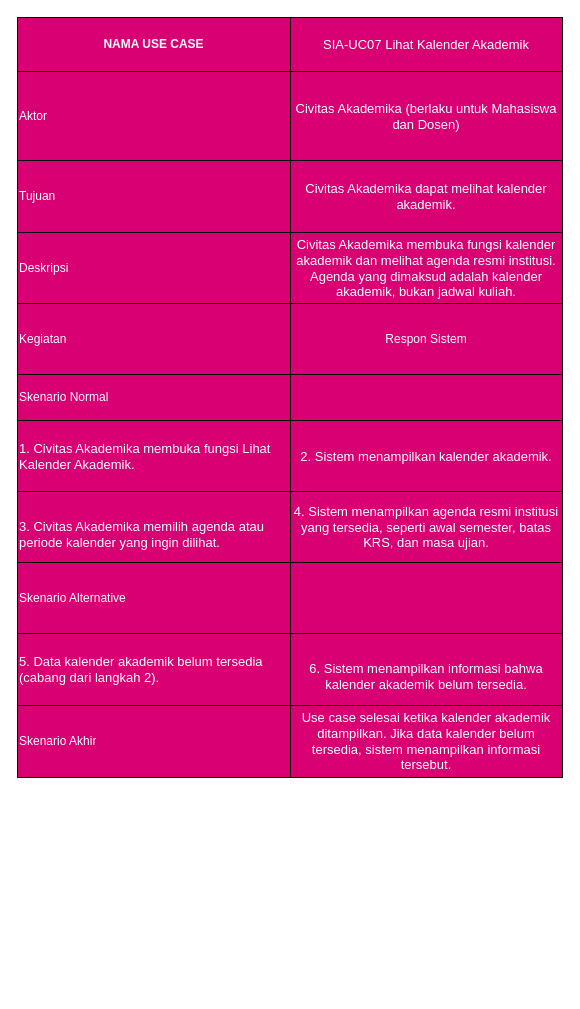
The draw.io diagram page "SIA - UC07" (2 of 8) of 04_model_analisis/P05/SIA/P05_2406006_SIA_skenario_v01.drawio in RahmatAP/IFRWP5149_2406006_LabAlat, before the edit. Source tidied: cells renumbered, new cells numbered last; positions are measured from the earlier drawing's top-left corner, leaving out a move shared by most shapes. Both pictures are drawn from the tidied source at 100%, with x=0, y=0 at pixel (17, 17).
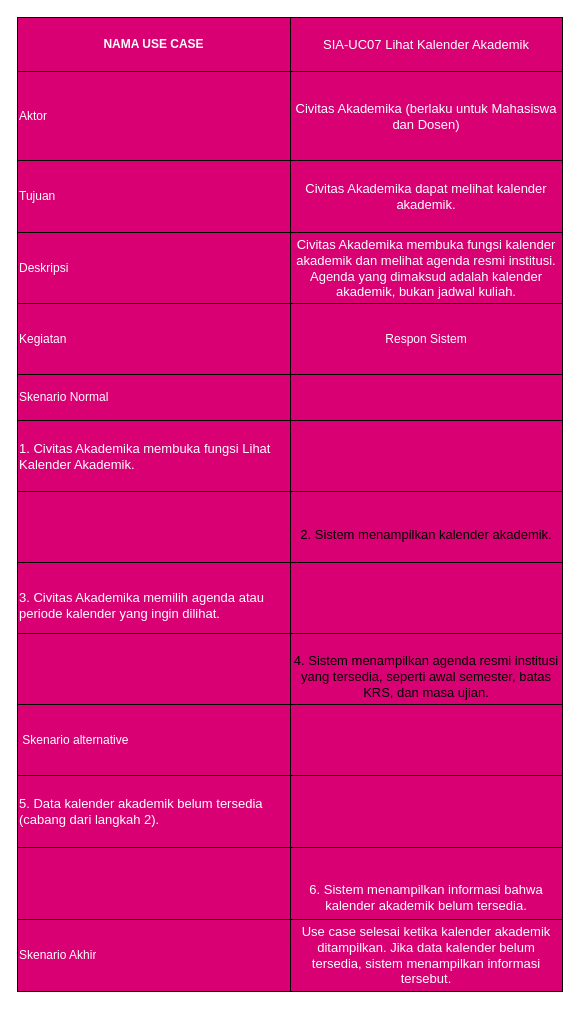
The same diagram, later.

Unchanged cells that the change refers to:
```xml
<mxCell id="21" style="shape=tableRow;horizontal=0;startSize=0;swimlaneHead=0;swimlaneBody=0;fillColor=none;fixedHeader=1;labelBorderColor=none;swimlaneFillColor=light-dark(#D80073,transparent);strokeColor=light-dark(#000000,#000000);fontColor=#ffffff;" parent="2" vertex="1">
  <mxGeometry y="403" width="545" height="71" as="geometry" />
</mxCell>
```

What changed in the source:
```diff
@@
-    <mxCell id="2" style="shape=table;startSize=0;childLayout=tableLayout;fixedHeader=1;tableRender=collapsed;labelBorderColor=none;swimlaneFillColor=light-dark(#D80073,transparent);strokeColor=light-dark(#000000,#000000);fontColor=#ffffff;" parent="1" vertex="1">
-      <mxGeometry width="545" height="759.8" as="geometry" />
+    <mxCell id="2" style="shape=table;startSize=0;childLayout=tableLayout;fixedHeader=1;tableRender=collapsed;labelBorderColor=none;swimlaneFillColor=light-dark(#D80073,transparent);strokeColor=light-dark(#000000,#000000);fontColor=light-dark(#000000,#000000);" parent="1" vertex="1">
+      <mxGeometry width="545" height="973.8" as="geometry" />
     </mxCell>
@@
-    <mxCell id="23" value="&lt;span style=&quot;color: rgb(255, 255, 255); font-family: Arial; font-size: 13px; text-align: left;&quot;&gt;2. Sistem menampilkan kalender akademik.&lt;/span&gt;" style="shape=partialRectangle;html=1;whiteSpace=wrap;overflow=hidden;labelBorderColor=none;fillColor=light-dark(#D80073,transparent);strokeColor=light-dark(#000000,#000000);fontColor=#ffffff;" parent="21" vertex="1">
+    <mxCell id="23" style="shape=partialRectangle;html=1;whiteSpace=wrap;overflow=hidden;labelBorderColor=none;fillColor=light-dark(#D80073,transparent);strokeColor=light-dark(#000000,#000000);fontColor=#ffffff;" parent="21" vertex="1">
       <mxGeometry x="273" width="272" height="71" as="geometry" />
     </mxCell>
+    <mxCell id="36" style="shape=tableRow;horizontal=0;startSize=0;swimlaneHead=0;swimlaneBody=0;fillColor=none;fixedHeader=1;labelBorderColor=none;swimlaneFillColor=light-dark(#D80073,transparent);strokeColor=light-dark(#000000,#000000);fontColor=#ffffff;" parent="2" vertex="1">
+      <mxGeometry y="474" width="545" height="71" as="geometry" />
+    </mxCell>
+    <mxCell id="37" style="shape=partialRectangle;html=1;whiteSpace=wrap;overflow=hidden;align=left;textShadow=0;labelBorderColor=none;fillColor=light-dark(#D80073,transparent);strokeColor=light-dark(#000000,#000000);fontColor=#ffffff;" parent="36" vertex="1">
+      <mxGeometry width="273" height="71" as="geometry" />
+    </mxCell>
+    <mxCell id="38" value="&lt;span&gt;&lt;br&gt;&lt;span style=&quot;font-family: Arial; font-size: 13px; font-style: normal; font-variant-ligatures: normal; font-variant-caps: normal; font-weight: 400; letter-spacing: normal; orphans: 2; text-align: left; text-indent: 0px; text-transform: none; widows: 2; word-spacing: 0px; -webkit-text-stroke-width: 0px; white-space: normal; text-decoration-thickness: initial; text-decoration-style: initial; text-decoration-color: initial; float: none; display: inline !important;&quot;&gt;2. Sistem menampilkan kalender akademik.&lt;/span&gt;&lt;br&gt;&lt;/span&gt;" style="shape=partialRectangle;html=1;whiteSpace=wrap;overflow=hidden;labelBorderColor=none;fillColor=light-dark(#D80073,transparent);strokeColor=light-dark(#000000,#000000);fontColor=light-dark(#000000,#000000);" parent="36" vertex="1">
+      <mxGeometry x="273" width="272" height="71" as="geometry" />
+    </mxCell>
     <mxCell id="24" style="shape=tableRow;horizontal=0;startSize=0;swimlaneHead=0;swimlaneBody=0;fillColor=none;fixedHeader=1;labelBorderColor=none;swimlaneFillColor=light-dark(#D80073,transparent);strokeColor=light-dark(#000000,#000000);fontColor=#ffffff;" parent="2" vertex="1">
-      <mxGeometry y="474" width="545" height="71" as="geometry" />
+      <mxGeometry y="545" width="545" height="71" as="geometry" />
     </mxCell>
@@
-    <mxCell id="26" value="&lt;span style=&quot;color: rgb(255, 255, 255); font-family: Arial; font-size: 13px; text-align: left;&quot;&gt;4. Sistem menampilkan agenda resmi institusi yang tersedia, seperti awal semester, batas KRS, dan masa ujian.&lt;/span&gt;" style="shape=partialRectangle;html=1;whiteSpace=wrap;overflow=hidden;labelBorderColor=none;fillColor=light-dark(#D80073,transparent);strokeColor=light-dark(#000000,#000000);fontColor=#ffffff;" parent="24" vertex="1">
+    <mxCell id="26" style="shape=partialRectangle;html=1;whiteSpace=wrap;overflow=hidden;labelBorderColor=none;fillColor=light-dark(#D80073,transparent);strokeColor=light-dark(#000000,#000000);fontColor=#ffffff;" parent="24" vertex="1">
       <mxGeometry x="273" width="272" height="71" as="geometry" />
     </mxCell>
     <mxCell id="27" style="shape=tableRow;horizontal=0;startSize=0;swimlaneHead=0;swimlaneBody=0;fillColor=none;fixedHeader=1;labelBorderColor=none;swimlaneFillColor=light-dark(#D80073,transparent);strokeColor=light-dark(#000000,#000000);fontColor=#ffffff;" parent="2" vertex="1">
-      <mxGeometry y="545" width="545" height="71" as="geometry" />
+      <mxGeometry y="616" width="545" height="71" as="geometry" />
     </mxCell>
-    <mxCell id="28" value="Skenario Alternative" style="shape=partialRectangle;html=1;whiteSpace=wrap;overflow=hidden;align=left;textShadow=0;labelBorderColor=none;fillColor=light-dark(#D80073,transparent);strokeColor=light-dark(#000000,#000000);fontColor=#ffffff;" parent="27" vertex="1">
+    <mxCell id="28" style="shape=partialRectangle;html=1;whiteSpace=wrap;overflow=hidden;align=left;textShadow=0;labelBorderColor=none;fillColor=light-dark(#D80073,transparent);strokeColor=light-dark(#000000,#000000);fontColor=#ffffff;" parent="27" vertex="1">
       <mxGeometry width="273" height="71" as="geometry" />
     </mxCell>
-    <mxCell id="29" style="shape=partialRectangle;html=1;whiteSpace=wrap;overflow=hidden;labelBorderColor=none;fillColor=light-dark(#D80073,transparent);strokeColor=light-dark(#000000,#000000);fontColor=#ffffff;" parent="27" vertex="1">
+    <mxCell id="29" value="&lt;span&gt;&lt;br&gt;&lt;span style=&quot;font-family: Arial; font-size: 13px; font-style: normal; font-variant-ligatures: normal; font-variant-caps: normal; font-weight: 400; letter-spacing: normal; orphans: 2; text-align: left; text-indent: 0px; text-transform: none; widows: 2; word-spacing: 0px; -webkit-text-stroke-width: 0px; white-space: normal; text-decoration-thickness: initial; text-decoration-style: initial; text-decoration-color: initial; float: none; display: inline !important;&quot;&gt;4. Sistem menampilkan agenda resmi institusi yang tersedia, seperti awal semester, batas KRS, dan masa ujian.&lt;/span&gt;&lt;br&gt;&lt;/span&gt;" style="shape=partialRectangle;html=1;whiteSpace=wrap;overflow=hidden;labelBorderColor=none;fillColor=light-dark(#D80073,transparent);strokeColor=light-dark(#000000,#000000);fontColor=light-dark(#000000,#000000);" parent="27" vertex="1">
       <mxGeometry x="273" width="272" height="71" as="geometry" />
     </mxCell>
+    <mxCell id="39" style="shape=tableRow;horizontal=0;startSize=0;swimlaneHead=0;swimlaneBody=0;fillColor=none;fixedHeader=1;labelBorderColor=none;swimlaneFillColor=light-dark(#D80073,transparent);strokeColor=light-dark(#000000,#000000);fontColor=#ffffff;" parent="2" vertex="1">
+      <mxGeometry y="687" width="545" height="71" as="geometry" />
+    </mxCell>
+    <mxCell id="40" value="&amp;nbsp;Skenario alternative" style="shape=partialRectangle;html=1;whiteSpace=wrap;overflow=hidden;align=left;textShadow=0;labelBorderColor=none;fillColor=light-dark(#D80073,transparent);strokeColor=light-dark(#000000,#000000);fontColor=#ffffff;" parent="39" vertex="1">
+      <mxGeometry width="273" height="71" as="geometry" />
+    </mxCell>
+    <mxCell id="41" style="shape=partialRectangle;html=1;whiteSpace=wrap;overflow=hidden;labelBorderColor=none;fillColor=light-dark(#D80073,transparent);strokeColor=light-dark(#000000,#000000);fontColor=#ffffff;" parent="39" vertex="1">
+      <mxGeometry x="273" width="272" height="71" as="geometry" />
+    </mxCell>
     <mxCell id="30" style="shape=tableRow;horizontal=0;startSize=0;swimlaneHead=0;swimlaneBody=0;fillColor=none;fixedHeader=1;labelBorderColor=none;swimlaneFillColor=light-dark(#D80073,transparent);strokeColor=light-dark(#000000,#000000);fontColor=#ffffff;" parent="2" vertex="1">
-      <mxGeometry y="616" width="545" height="72" as="geometry" />
+      <mxGeometry y="758" width="545" height="72" as="geometry" />
     </mxCell>
@@
-    <mxCell id="32" value="&lt;span&gt;&lt;br&gt;&lt;span style=&quot;color: rgb(255, 255, 255); font-family: Arial; font-size: 13px; font-style: normal; font-variant-ligatures: normal; font-variant-caps: normal; font-weight: 400; letter-spacing: normal; orphans: 2; text-align: left; text-indent: 0px; text-transform: none; widows: 2; word-spacing: 0px; -webkit-text-stroke-width: 0px; white-space: normal; text-decoration-thickness: initial; text-decoration-style: initial; text-decoration-color: initial; float: none; display: inline !important;&quot;&gt;6. Sistem menampilkan informasi bahwa kalender akademik belum tersedia.&lt;/span&gt;&lt;br&gt;&lt;/span&gt;" style="shape=partialRectangle;html=1;whiteSpace=wrap;overflow=hidden;labelBorderColor=none;fillColor=light-dark(#D80073,transparent);strokeColor=light-dark(#000000,#000000);fontColor=#ffffff;" parent="30" vertex="1">
+    <mxCell id="32" style="shape=partialRectangle;html=1;whiteSpace=wrap;overflow=hidden;labelBorderColor=none;fillColor=light-dark(#D80073,transparent);strokeColor=light-dark(#000000,#000000);fontColor=#ffffff;" parent="30" vertex="1">
       <mxGeometry x="273" width="272" height="72" as="geometry" />
     </mxCell>
+    <mxCell id="42" style="shape=tableRow;horizontal=0;startSize=0;swimlaneHead=0;swimlaneBody=0;fillColor=none;fixedHeader=1;labelBorderColor=none;swimlaneFillColor=light-dark(#D80073,transparent);strokeColor=light-dark(#000000,#000000);fontColor=#ffffff;" parent="2" vertex="1">
+      <mxGeometry y="830" width="545" height="72" as="geometry" />
+    </mxCell>
+    <mxCell id="43" style="shape=partialRectangle;html=1;whiteSpace=wrap;overflow=hidden;align=left;textShadow=0;labelBorderColor=none;fillColor=light-dark(#D80073,transparent);strokeColor=light-dark(#000000,#000000);fontColor=#ffffff;" parent="42" vertex="1">
+      <mxGeometry width="273" height="72" as="geometry" />
+    </mxCell>
+    <mxCell id="44" value="&lt;br&gt;&lt;br style=&quot;forced-color-adjust: none; color: rgb(18, 18, 18); font-family: Helvetica; font-size: 12px; font-style: normal; font-variant-ligatures: normal; font-variant-caps: normal; font-weight: 400; letter-spacing: normal; orphans: 2; text-align: center; text-indent: 0px; text-transform: none; widows: 2; word-spacing: 0px; -webkit-text-stroke-width: 0px; white-space: normal; background-color: rgb(27, 29, 30); text-decoration-thickness: initial; text-decoration-style: initial; text-decoration-color: initial; box-shadow: none !important;&quot;&gt;&lt;span&gt;&lt;span style=&quot;forced-color-adjust: none; color: light-dark(rgb(255, 255, 255), rgb(18, 18, 18)); font-style: normal; font-variant-ligatures: normal; font-variant-caps: normal; font-weight: 400; letter-spacing: normal; orphans: 2; text-indent: 0px; text-transform: none; widows: 2; word-spacing: 0px; -webkit-text-stroke-width: 0px; white-space: normal; text-decoration-thickness: initial; text-decoration-style: initial; text-decoration-color: initial; font-family: Arial; font-size: 13px; text-align: left; float: none; box-shadow: none !important; display: inline !important;&quot;&gt;6. Sistem menampilkan informasi bahwa kalender akademik belum tersedia.&lt;/span&gt;&lt;br&gt;&lt;/span&gt;" style="shape=partialRectangle;html=1;whiteSpace=wrap;overflow=hidden;labelBorderColor=none;fillColor=light-dark(#D80073,transparent);strokeColor=light-dark(#000000,#000000);fontColor=#ffffff;" parent="42" vertex="1">
+      <mxGeometry x="273" width="272" height="72" as="geometry" />
+    </mxCell>
     <mxCell id="33" style="shape=tableRow;horizontal=0;startSize=0;swimlaneHead=0;swimlaneBody=0;fillColor=none;fixedHeader=1;labelBorderColor=none;swimlaneFillColor=light-dark(#D80073,transparent);strokeColor=light-dark(#000000,#000000);fontColor=#ffffff;" parent="2" vertex="1">
-      <mxGeometry y="688" width="545" height="72" as="geometry" />
+      <mxGeometry y="902" width="545" height="72" as="geometry" />
     </mxCell>
```
